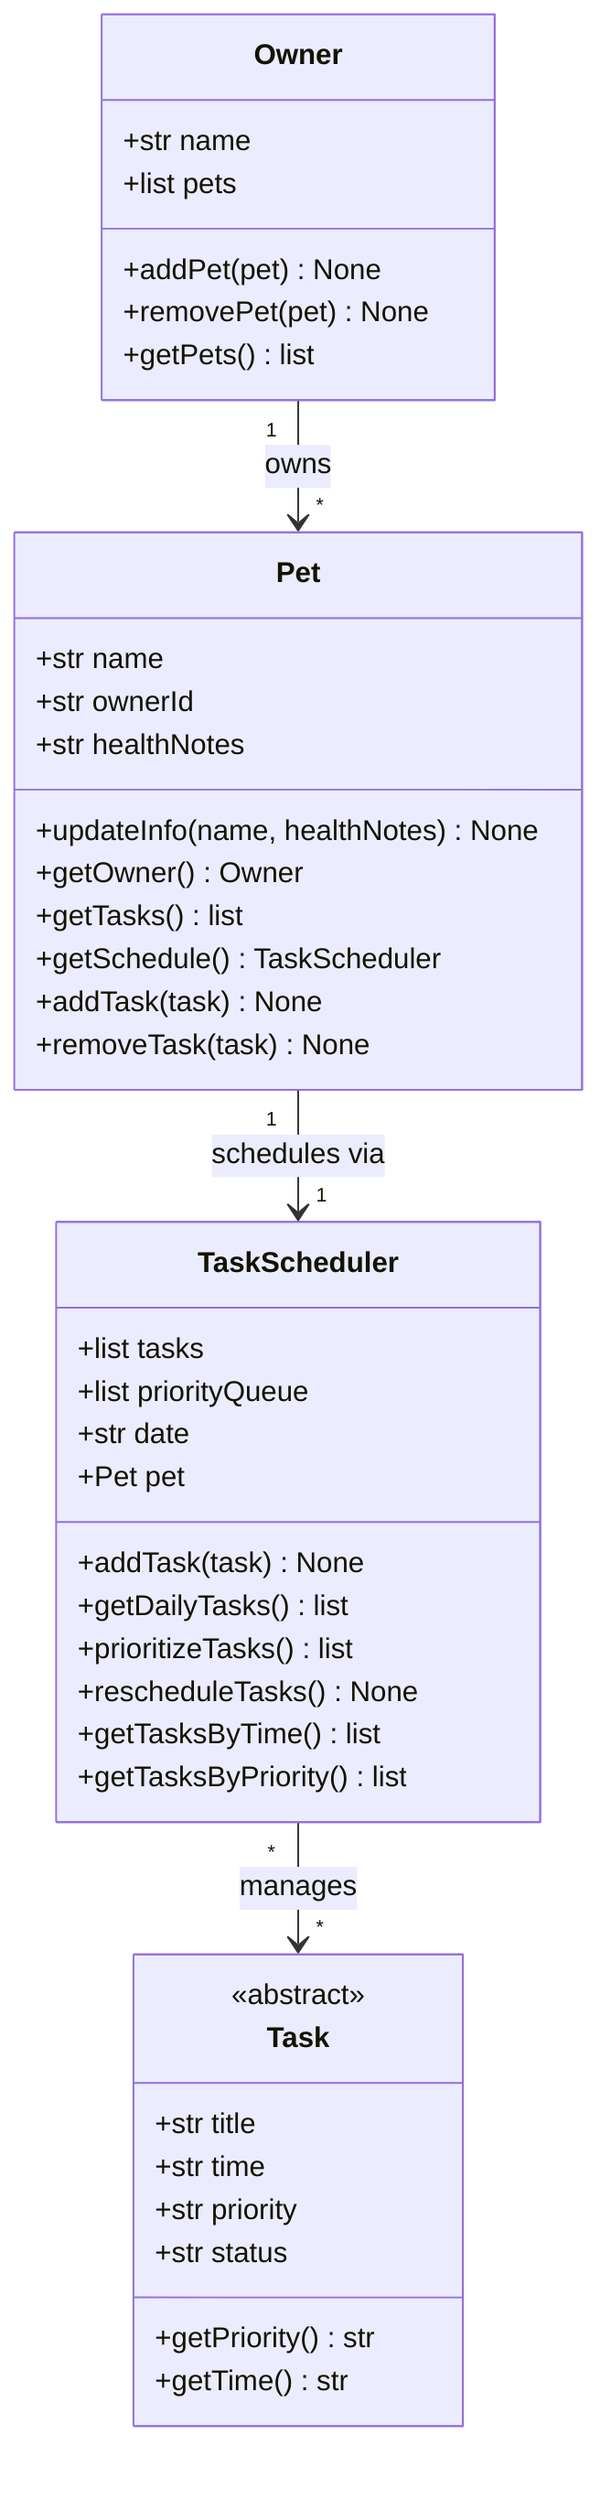
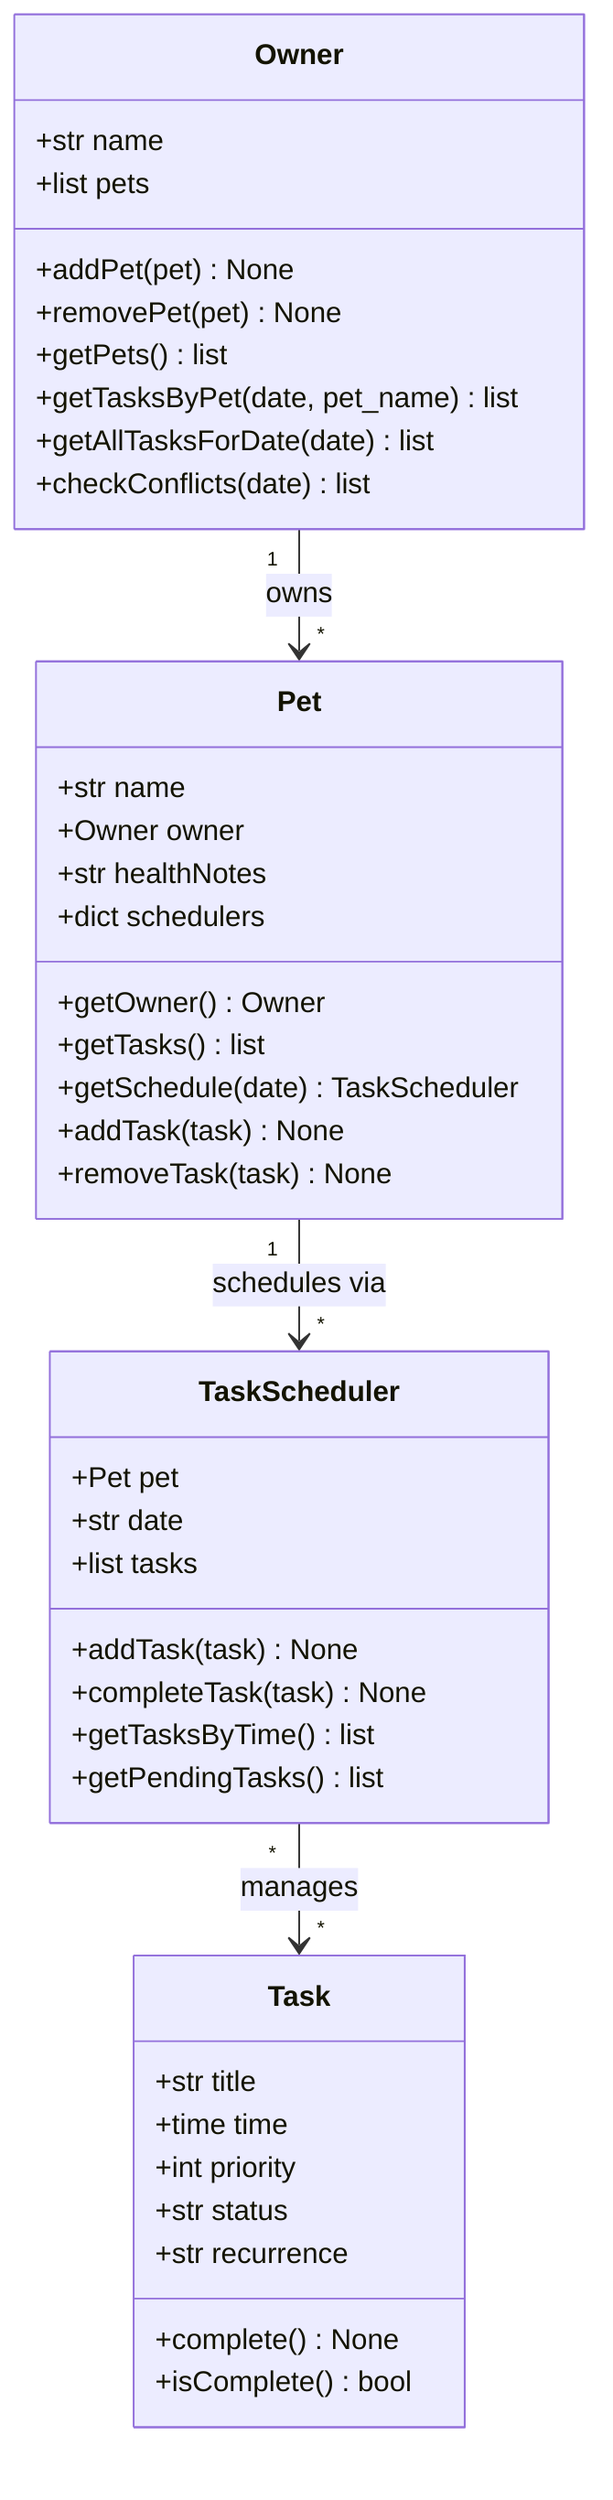
classDiagram
    class Owner {
        +str name
        +list pets
        +addPet(pet) None
        +removePet(pet) None
        +getPets() list
+         +getTasksByPet(date, pet_name) list
+         +getAllTasksForDate(date) list
+         +checkConflicts(date) list
    }

    class Pet {
        +str name
-         +str ownerId
+         +Owner owner
        +str healthNotes
-         +updateInfo(name, healthNotes) None
+         +dict schedulers
        +getOwner() Owner
        +getTasks() list
-         +getSchedule() TaskScheduler
+         +getSchedule(date) TaskScheduler
        +addTask(task) None
        +removeTask(task) None
    }

    class Task {
-         <<abstract>>
        +str title
-         +str time
-         +str priority
+         +time time
+         +int priority
        +str status
-         +getPriority() str
-         +getTime() str
+         +str recurrence
+         +complete() None
+         +isComplete() bool
    }

    class TaskScheduler {
+         +Pet pet
+         +str date
        +list tasks
-         +list priorityQueue
-         +str date
-         +Pet pet
        +addTask(task) None
-         +getDailyTasks() list
-         +prioritizeTasks() list
-         +rescheduleTasks() None
+         +completeTask(task) None
        +getTasksByTime() list
-         +getTasksByPriority() list
+         +getPendingTasks() list
    }

    Owner "1" --> "*" Pet : owns
-     Pet "1" --> "1" TaskScheduler : schedules via
+     Pet "1" --> "*" TaskScheduler : schedules via
    TaskScheduler "*" --> "*" Task : manages
